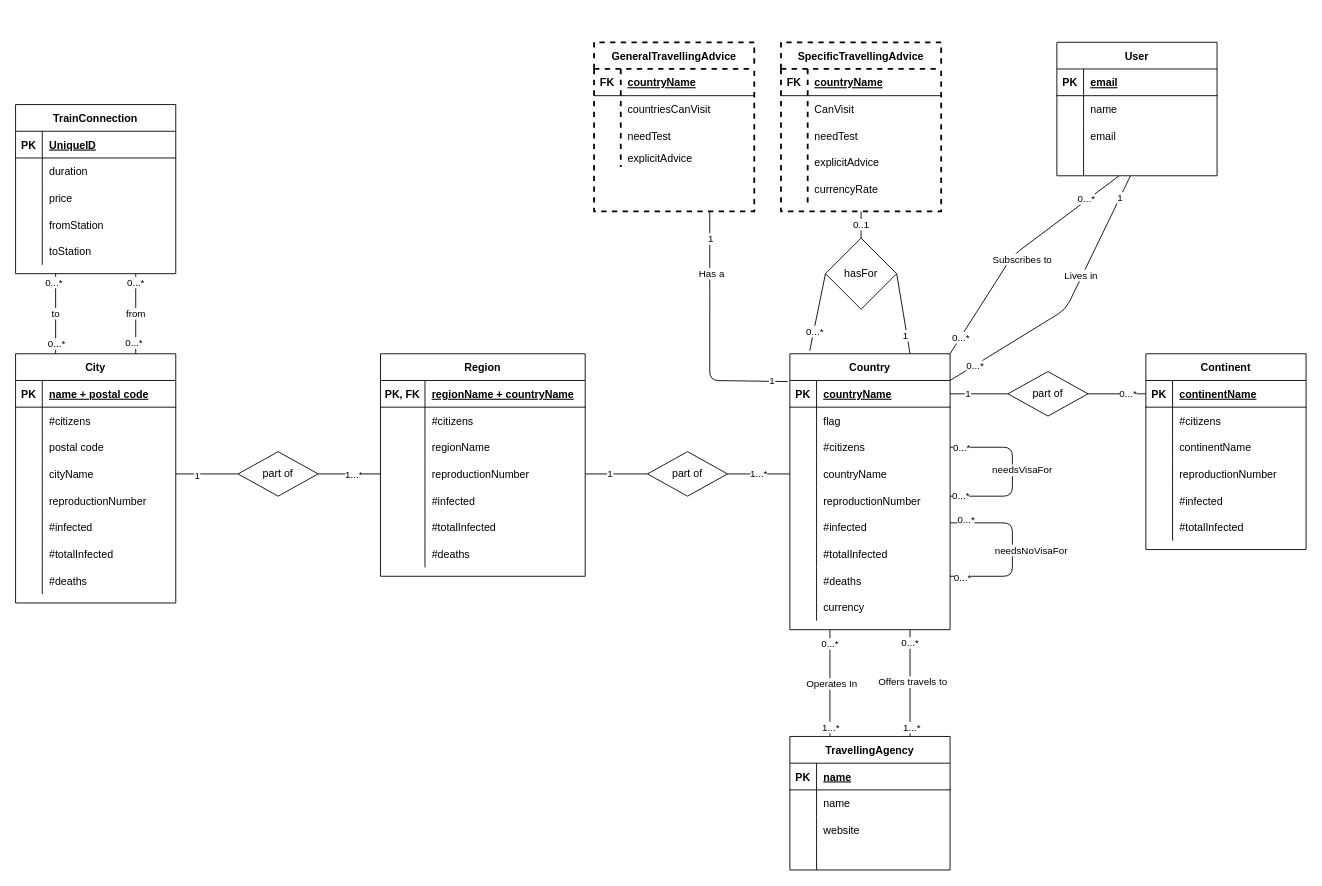
This is OISdiagram.drawio from wulfdewolf/OpenInformationSystemsGroup1, a draw.io file, before an edit. Source tidied: cells renumbered, new cells numbered last; positions are measured from the earlier drawing's top-left corner, leaving out a move shared by most shapes. Both pictures are drawn from the tidied source at 89%, with x=0, y=0 at pixel (15, 42).
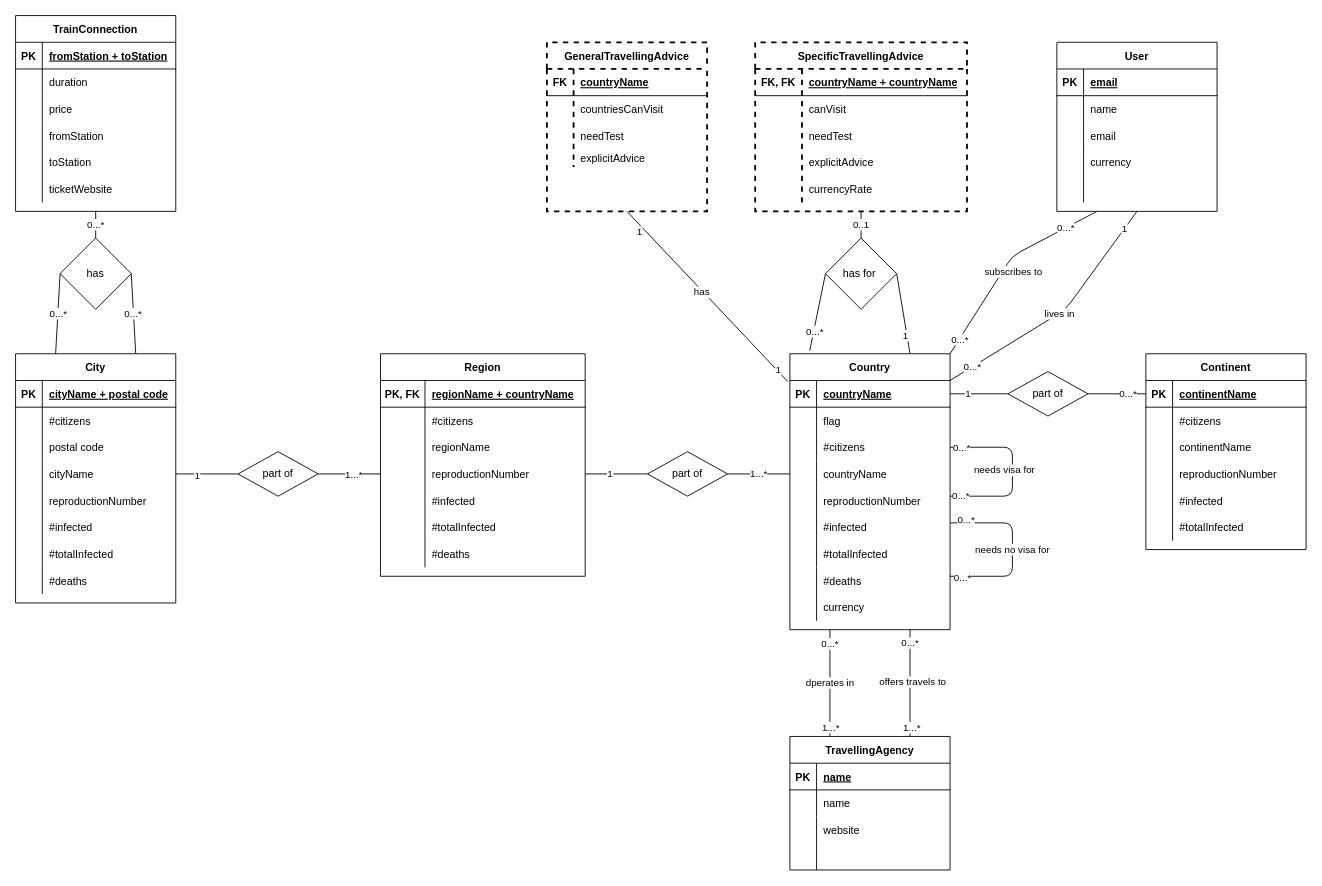
After the change.

Commit message:
fixed some cardinalties and relationships, should be close to ready

Unchanged cells that the change refers to:
```xml
<mxCell id="2" value="Country" style="shape=table;startSize=30;childLayout=tableLayout;rowLines=0;fontStyle=1;align=center;" parent="1" vertex="1">
  <mxGeometry x="870" y="350" width="180" height="310" as="geometry" />
</mxCell>
<mxCell id="3" style="shape=partialRectangle;fillColor=none;top=0;left=0;bottom=1;right=0;points=[[0,0.5],[1,0.5]];portConstraint=eastwest;" parent="2" vertex="1">
  <mxGeometry y="30" width="180" height="30" as="geometry" />
</mxCell>
<mxCell id="15" style="endArrow=none;html=1;exitX=1;exitY=0.5;exitDx=0;exitDy=0;" parent="2" edge="1" source="9">
  <mxGeometry relative="1" as="geometry">
    <mxPoint x="180" y="160" as="targetPoint" />
    <Array as="points">
      <mxPoint x="250" y="105" />
      <mxPoint x="250" y="160" />
    </Array>
  </mxGeometry>
</mxCell>
<mxCell id="35" value="City" style="shape=table;startSize=30;childLayout=tableLayout;rowLines=0;fontStyle=1;align=center;" parent="1" vertex="1">
  <mxGeometry y="350" width="180" height="280" as="geometry" />
</mxCell>
<mxCell id="36" style="shape=partialRectangle;fillColor=none;top=0;left=0;bottom=1;right=0;" parent="35" vertex="1">
  <mxGeometry y="30" width="180" height="30" as="geometry" />
</mxCell>
<mxCell id="74" style="endArrow=none;html=1;exitX=0.75;exitY=0;exitDx=0;exitDy=0;entryX=0.75;entryY=1;entryDx=0;entryDy=0;" parent="1" edge="1" source="83" target="2">
  <mxGeometry relative="1" as="geometry" />
</mxCell>
<mxCell id="83" value="TravellingAgency" style="shape=table;startSize=30;childLayout=tableLayout;rowLines=0;fontStyle=1;align=center;" parent="1" vertex="1">
  <mxGeometry x="870" y="780" width="180" height="150" as="geometry" />
</mxCell>
<mxCell id="195" style="shape=partialRectangle;fillColor=none;top=0;left=0;bottom=1;right=0;" parent="194" vertex="1">
  <mxGeometry y="30" width="180" height="30" as="geometry" />
</mxCell>
```

What changed in the source:
```diff
@@
-    <mxCell id="16" value="needsVisaFor" style="edgeLabel;html=1;align=center;verticalAlign=middle;" parent="15" vertex="1">
+    <mxCell id="16" value="needs visa for" style="edgeLabel;html=1;align=center;verticalAlign=middle;" parent="15" vertex="1">
       <mxGeometry x="-0.49" y="4" relative="1" as="geometry">
-        <mxPoint x="30" y="29" as="offset" />
+        <mxPoint x="10" y="29" as="offset" />
       </mxGeometry>
     </mxCell>
@@
-    <mxCell id="38" value="name + postal code" style="shape=partialRectangle;fillColor=none;top=0;left=0;bottom=0;right=0;align=left;spacingLeft=6;fontStyle=5;overflow=hidden;" parent="36" vertex="1">
+    <mxCell id="38" value="cityName + postal code" style="shape=partialRectangle;fillColor=none;top=0;left=0;bottom=0;right=0;align=left;spacingLeft=6;fontStyle=5;overflow=hidden;" parent="36" vertex="1">
       <mxGeometry x="30" width="150" height="30" as="geometry" />
     </mxCell>
@@
-    <mxCell id="70" style="endArrow=none;html=1;entryX=0.25;entryY=0;entryDx=0;entryDy=0;exitX=0.25;exitY=1;exitDx=0;exitDy=0;" parent="1" edge="1" source="2" target="83">
+    <mxCell id="70" value="dperates in" style="endArrow=none;html=1;entryX=0.25;entryY=0;entryDx=0;entryDy=0;exitX=0.25;exitY=1;exitDx=0;exitDy=0;" parent="1" edge="1" source="2" target="83">
       <mxGeometry relative="1" as="geometry" />
     </mxCell>
-    <mxCell id="71" value="Operates In" style="edgeLabel;html=1;align=center;verticalAlign=middle;" parent="70" vertex="1">
-      <mxGeometry x="0.31" y="1" relative="1" as="geometry">
-        <mxPoint y="-18.6" as="offset" />
-      </mxGeometry>
-    </mxCell>
@@
-    <mxCell id="75" value="Offers travels to" style="edgeLabel;html=1;align=center;verticalAlign=middle;" parent="74" vertex="1">
+    <mxCell id="75" value="offers travels to" style="edgeLabel;html=1;align=center;verticalAlign=middle;" parent="74" vertex="1">
       <mxGeometry x="-0.23" y="-2" relative="1" as="geometry">
         <mxPoint y="-15.7" as="offset" />
       </mxGeometry>
     </mxCell>
@@
-    <mxCell id="78" value="hasFor" style="rhombus;whiteSpace=wrap;html=1;rotation=0;" parent="1" vertex="1">
+    <mxCell id="78" value="has for&amp;nbsp;" style="rhombus;whiteSpace=wrap;html=1;rotation=0;" parent="1" vertex="1">
       <mxGeometry x="910" y="220" width="80" height="80" as="geometry" />
     </mxCell>
@@
-    <mxCell id="96" style="endArrow=none;html=1;" parent="1" edge="1" target="161">
+    <mxCell id="96" value="lives in" style="endArrow=none;html=1;" parent="1" edge="1">
       <mxGeometry relative="1" as="geometry">
         <mxPoint x="1050" y="380" as="sourcePoint" />
+        <mxPoint x="1260" y="190" as="targetPoint" />
         <Array as="points">
           <mxPoint x="1180" y="300" />
         </Array>
       </mxGeometry>
     </mxCell>
-    <mxCell id="97" value="&lt;div&gt;Lives in&lt;/div&gt;" style="edgeLabel;html=1;align=center;verticalAlign=middle;" parent="96" vertex="1">
-      <mxGeometry x="0.45" y="-3" relative="1" as="geometry">
-        <mxPoint x="-21" y="31.4" as="offset" />
-      </mxGeometry>
-    </mxCell>
@@
     <mxCell id="119" value="SpecificTravellingAdvice" style="shape=table;startSize=30;childLayout=tableLayout;rowLines=0;fontStyle=1;align=center;dashed=1;strokeWidth=2;" parent="1" vertex="1">
-      <mxGeometry x="860" width="180" height="190" as="geometry" />
+      <mxGeometry x="831" width="238" height="190" as="geometry" />
     </mxCell>
     <mxCell id="120" style="shape=partialRectangle;fillColor=none;top=0;left=0;bottom=1;right=0;" parent="119" vertex="1">
-      <mxGeometry y="30" width="180" height="30" as="geometry" />
+      <mxGeometry y="30" width="238" height="30" as="geometry" />
     </mxCell>
-    <mxCell id="121" value="FK" style="shape=partialRectangle;fillColor=none;top=0;left=0;bottom=0;right=0;fontStyle=1;overflow=hidden;" parent="120" vertex="1">
-      <mxGeometry width="30" height="30" as="geometry" />
+    <mxCell id="121" value="FK, FK" style="shape=partialRectangle;fillColor=none;top=0;left=0;bottom=0;right=0;fontStyle=1;overflow=hidden;" parent="120" vertex="1">
+      <mxGeometry width="52.6" height="30" as="geometry" />
     </mxCell>
-    <mxCell id="122" value="countryName" style="shape=partialRectangle;fillColor=none;top=0;left=0;bottom=0;right=0;align=left;spacingLeft=6;fontStyle=5;overflow=hidden;" parent="120" vertex="1">
-      <mxGeometry x="30" width="150" height="30" as="geometry" />
+    <mxCell id="122" value="countryName + countryName" style="shape=partialRectangle;fillColor=none;top=0;left=0;bottom=0;right=0;align=left;spacingLeft=6;fontStyle=5;overflow=hidden;" parent="120" vertex="1">
+      <mxGeometry x="52.6" width="185.4" height="30" as="geometry" />
     </mxCell>
     <mxCell id="123" style="shape=partialRectangle;fillColor=none;top=0;left=0;bottom=0;right=0;" parent="119" vertex="1">
-      <mxGeometry y="60" width="180" height="30" as="geometry" />
+      <mxGeometry y="60" width="238" height="30" as="geometry" />
     </mxCell>
     <mxCell id="124" style="shape=partialRectangle;fillColor=none;top=0;left=0;bottom=0;right=0;overflow=hidden;" parent="123" vertex="1">
-      <mxGeometry width="30" height="30" as="geometry" />
+      <mxGeometry width="52.6" height="30" as="geometry" />
     </mxCell>
-    <mxCell id="125" value="CanVisit" style="shape=partialRectangle;fillColor=none;top=0;left=0;bottom=0;right=0;align=left;spacingLeft=6;overflow=hidden;" parent="123" vertex="1">
-      <mxGeometry x="30" width="150" height="30" as="geometry" />
+    <mxCell id="125" value="canVisit" style="shape=partialRectangle;fillColor=none;top=0;left=0;bottom=0;right=0;align=left;spacingLeft=6;overflow=hidden;" parent="123" vertex="1">
+      <mxGeometry x="52.6" width="185.4" height="30" as="geometry" />
     </mxCell>
     <mxCell id="126" style="shape=partialRectangle;fillColor=none;top=0;left=0;bottom=0;right=0;" parent="119" vertex="1">
-      <mxGeometry y="90" width="180" height="30" as="geometry" />
+      <mxGeometry y="90" width="238" height="30" as="geometry" />
     </mxCell>
     <mxCell id="127" style="shape=partialRectangle;fillColor=none;top=0;left=0;bottom=0;right=0;overflow=hidden;" parent="126" vertex="1">
-      <mxGeometry width="30" height="30" as="geometry" />
+      <mxGeometry width="52.6" height="30" as="geometry" />
     </mxCell>
     <mxCell id="128" value="needTest" style="shape=partialRectangle;fillColor=none;top=0;left=0;bottom=0;right=0;align=left;spacingLeft=6;overflow=hidden;" parent="126" vertex="1">
-      <mxGeometry x="30" width="150" height="30" as="geometry" />
+      <mxGeometry x="52.6" width="185.4" height="30" as="geometry" />
     </mxCell>
     <mxCell id="129" style="shape=partialRectangle;fillColor=none;top=0;left=0;bottom=0;right=0;" parent="119" vertex="1">
-      <mxGeometry y="120" width="180" height="30" as="geometry" />
+      <mxGeometry y="120" width="238" height="30" as="geometry" />
     </mxCell>
     <mxCell id="130" style="shape=partialRectangle;fillColor=none;top=0;left=0;bottom=0;right=0;overflow=hidden;" parent="129" vertex="1">
-      <mxGeometry width="30" height="30" as="geometry" />
+      <mxGeometry width="52.6" height="30" as="geometry" />
     </mxCell>
     <mxCell id="131" value="explicitAdvice" style="shape=partialRectangle;fillColor=none;top=0;left=0;bottom=0;right=0;align=left;spacingLeft=6;overflow=hidden;" parent="129" vertex="1">
-      <mxGeometry x="30" width="150" height="30" as="geometry" />
+      <mxGeometry x="52.6" width="185.4" height="30" as="geometry" />
     </mxCell>
     <mxCell id="132" style="shape=partialRectangle;fillColor=none;top=0;left=0;bottom=0;right=0;" parent="119" vertex="1">
-      <mxGeometry y="150" width="180" height="30" as="geometry" />
+      <mxGeometry y="150" width="238" height="30" as="geometry" />
     </mxCell>
     <mxCell id="133" style="shape=partialRectangle;fillColor=none;top=0;left=0;bottom=0;right=0;overflow=hidden;" parent="132" vertex="1">
-      <mxGeometry width="30" height="30" as="geometry" />
+      <mxGeometry width="52.6" height="30" as="geometry" />
     </mxCell>
     <mxCell id="134" value="currencyRate" style="shape=partialRectangle;fillColor=none;top=0;left=0;bottom=0;right=0;align=left;spacingLeft=6;overflow=hidden;" parent="132" vertex="1">
-      <mxGeometry x="30" width="150" height="30" as="geometry" />
+      <mxGeometry x="52.6" width="185.4" height="30" as="geometry" />
     </mxCell>
-    <mxCell id="135" value="1" style="endArrow=none;html=1;exitX=-0.013;exitY=0.041;exitDx=0;exitDy=0;exitPerimeter=0;" parent="1" edge="1" source="3">
-      <mxGeometry x="-0.87" y="-1" relative="1" as="geometry">
-        <mxPoint x="780" y="190" as="targetPoint" />
-        <Array as="points">
-          <mxPoint x="780" y="380" />
-          <mxPoint x="780" y="290" />
-        </Array>
-      </mxGeometry>
+    <mxCell id="135" value="1" style="endArrow=none;html=1;exitX=-0.013;exitY=0.041;exitDx=0;exitDy=0;exitPerimeter=0;entryX=0.5;entryY=1;entryDx=0;entryDy=0;" parent="1" edge="1" source="3" target="138">
+      <mxGeometry x="-0.87" y="-1" relative="1" as="geometry" />
     </mxCell>
-    <mxCell id="136" value="&lt;div&gt;Has a&lt;/div&gt;" style="edgeLabel;html=1;align=center;verticalAlign=middle;" parent="135" vertex="1">
-      <mxGeometry x="0.49" y="-1" relative="1" as="geometry">
-        <mxPoint y="-1" as="offset" />
-      </mxGeometry>
-    </mxCell>
@@
+    <mxCell id="216" value="has" style="edgeLabel;html=1;align=center;verticalAlign=middle;" parent="135" vertex="1">
+      <mxGeometry x="0.28" y="4" relative="1" as="geometry">
+        <mxPoint x="20.9" y="18.4" as="offset" />
+      </mxGeometry>
+    </mxCell>
     <mxCell id="138" value="GeneralTravellingAdvice" style="shape=table;startSize=30;childLayout=tableLayout;rowLines=0;fontStyle=1;align=center;dashed=1;strokeWidth=2;" parent="1" vertex="1">
-      <mxGeometry x="650" width="180" height="190" as="geometry" />
+      <mxGeometry x="597" width="180" height="190" as="geometry" />
     </mxCell>
@@
     <mxCell id="151" value="User" style="shape=table;startSize=30;childLayout=tableLayout;rowLines=0;fontStyle=1;align=center;" parent="1" vertex="1">
-      <mxGeometry x="1170" width="180" height="150" as="geometry" />
+      <mxGeometry x="1170" width="180" height="190" as="geometry" />
     </mxCell>
@@
+    <mxCell id="217" style="shape=partialRectangle;fillColor=none;top=0;left=0;bottom=0;right=0;" parent="151" vertex="1">
+      <mxGeometry y="120" width="180" height="30" as="geometry" />
+    </mxCell>
+    <mxCell id="218" style="shape=partialRectangle;fillColor=none;top=0;left=0;bottom=0;right=0;overflow=hidden;" parent="217" vertex="1">
+      <mxGeometry width="30" height="30" as="geometry" />
+    </mxCell>
+    <mxCell id="219" value="currency" style="shape=partialRectangle;fillColor=none;top=0;left=0;bottom=0;right=0;align=left;spacingLeft=6;overflow=hidden;" parent="217" vertex="1">
+      <mxGeometry x="30" width="150" height="30" as="geometry" />
+    </mxCell>
     <mxCell id="161" style="shape=partialRectangle;fillColor=none;top=0;left=0;bottom=0;right=0;points=[[0,0.5],[1,0.5]];portConstraint=eastwest;" parent="151" vertex="1">
-      <mxGeometry y="120" width="180" height="30" as="geometry" />
+      <mxGeometry y="150" width="180" height="30" as="geometry" />
     </mxCell>
@@
-    <mxCell id="164" value="Subscribes to" style="endArrow=none;html=1;exitX=1;exitY=0;exitDx=0;exitDy=0;" parent="1" edge="1" source="2" target="161">
+    <mxCell id="164" value="subscribes to" style="endArrow=none;html=1;exitX=1;exitY=0;exitDx=0;exitDy=0;entryX=0.25;entryY=1;entryDx=0;entryDy=0;" parent="1" edge="1" source="2" target="151">
       <mxGeometry x="-0.03" y="-11" relative="1" as="geometry">
         <Array as="points">
           <mxPoint x="1120" y="240" />
         </Array>
         <mxPoint y="-1" as="offset" />
       </mxGeometry>
     </mxCell>
@@
-    <mxCell id="168" style="endArrow=none;html=1;" parent="1" edge="1">
+    <mxCell id="168" value="needs no visa for" style="endArrow=none;html=1;" parent="1" edge="1">
       <mxGeometry relative="1" as="geometry">
         <mxPoint x="1050" y="600" as="sourcePoint" />
         <mxPoint x="1050" y="540" as="targetPoint" />
         <Array as="points">
           <mxPoint x="1120" y="600" />
           <mxPoint x="1120" y="540" />
         </Array>
       </mxGeometry>
     </mxCell>
-    <mxCell id="169" value="needsNoVisaFor" style="edgeLabel;html=1;align=center;verticalAlign=middle;" parent="168" vertex="1">
-      <mxGeometry x="-0.47" relative="1" as="geometry">
-        <mxPoint x="37" y="-30" as="offset" />
-      </mxGeometry>
-    </mxCell>
@@
     <mxCell id="194" value="TrainConnection" style="shape=table;startSize=30;childLayout=tableLayout;rowLines=0;fontStyle=1;align=center;strokeWidth=1;" parent="1" vertex="1">
-      <mxGeometry y="70" width="180" height="190" as="geometry" />
+      <mxGeometry y="-30" width="180" height="220" as="geometry" />
     </mxCell>
@@
-    <mxCell id="197" value="UniqueID" style="shape=partialRectangle;fillColor=none;top=0;left=0;bottom=0;right=0;align=left;spacingLeft=6;fontStyle=5;overflow=hidden;" parent="195" vertex="1">
+    <mxCell id="197" value="fromStation + toStation" style="shape=partialRectangle;fillColor=none;top=0;left=0;bottom=0;right=0;align=left;spacingLeft=6;fontStyle=5;overflow=hidden;" parent="195" vertex="1">
       <mxGeometry x="30" width="150" height="30" as="geometry" />
     </mxCell>
@@
-    <mxCell id="210" value="to" style="endArrow=none;html=1;exitX=0.25;exitY=0;exitDx=0;exitDy=0;entryX=0.25;entryY=1;entryDx=0;entryDy=0;" parent="1" edge="1" source="35" target="194">
-      <mxGeometry relative="1" as="geometry" />
-    </mxCell>
-    <mxCell id="211" value="0...*" style="edgeLabel;html=1;align=center;verticalAlign=middle;" parent="210" vertex="1">
-      <mxGeometry x="-0.73" y="-1" relative="1" as="geometry" />
-    </mxCell>
-    <mxCell id="212" value="0...*" style="edgeLabel;html=1;align=center;verticalAlign=middle;" parent="210" vertex="1">
-      <mxGeometry x="0.8" y="2" relative="1" as="geometry" />
-    </mxCell>
-    <mxCell id="213" value="from" style="endArrow=none;html=1;exitX=0.75;exitY=0;exitDx=0;exitDy=0;entryX=0.75;entryY=1;entryDx=0;entryDy=0;" parent="1" edge="1" source="35" target="194">
-      <mxGeometry relative="1" as="geometry" />
-    </mxCell>
-    <mxCell id="214" value="0...*" style="edgeLabel;html=1;align=center;verticalAlign=middle;" parent="213" vertex="1">
-      <mxGeometry x="-0.71" y="3" relative="1" as="geometry" />
-    </mxCell>
-    <mxCell id="215" value="0...*" style="edgeLabel;html=1;align=center;verticalAlign=middle;" parent="213" vertex="1">
-      <mxGeometry x="0.8" y="1" relative="1" as="geometry" />
-    </mxCell>
+    <mxCell id="220" style="shape=partialRectangle;fillColor=none;top=0;left=0;bottom=0;right=0;" parent="194" vertex="1">
+      <mxGeometry y="180" width="180" height="30" as="geometry" />
+    </mxCell>
+    <mxCell id="221" style="shape=partialRectangle;fillColor=none;top=0;left=0;bottom=0;right=0;overflow=hidden;" parent="220" vertex="1">
+      <mxGeometry width="30" height="30" as="geometry" />
+    </mxCell>
+    <mxCell id="222" value="ticketWebsite" style="shape=partialRectangle;fillColor=none;top=0;left=0;bottom=0;right=0;align=left;spacingLeft=6;overflow=hidden;" parent="220" vertex="1">
+      <mxGeometry x="30" width="150" height="30" as="geometry" />
+    </mxCell>
+    <mxCell id="223" value="has" style="rhombus;whiteSpace=wrap;html=1;rotation=0;" parent="1" vertex="1">
+      <mxGeometry x="50" y="220" width="80" height="80" as="geometry" />
+    </mxCell>
+    <mxCell id="224" value="0...*" style="endArrow=none;html=1;exitX=1;exitY=0.5;exitDx=0;exitDy=0;entryX=0.75;entryY=0;entryDx=0;entryDy=0;" parent="1" edge="1" source="223" target="35">
+      <mxGeometry relative="1" as="geometry" />
+    </mxCell>
+    <mxCell id="225" value="0...*" style="endArrow=none;html=1;exitX=0;exitY=0.5;exitDx=0;exitDy=0;entryX=0.25;entryY=0;entryDx=0;entryDy=0;" parent="1" edge="1" source="223" target="35">
+      <mxGeometry relative="1" as="geometry" />
+    </mxCell>
+    <mxCell id="226" value="0...*" style="endArrow=none;html=1;exitX=0.5;exitY=0;exitDx=0;exitDy=0;entryX=0.5;entryY=1;entryDx=0;entryDy=0;" parent="1" edge="1" source="223" target="194">
+      <mxGeometry relative="1" as="geometry" />
+    </mxCell>
```
